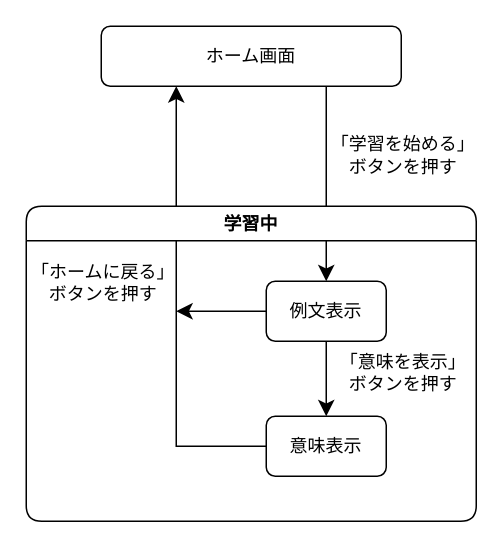
Above: state_machine_diagram.drawio in LiGreTregret/SentenseWordbook (draw.io), before the change. Source tidied: cells renumbered, new cells numbered last; positions are measured from the earlier drawing's top-left corner, leaving out a move shared by most shapes. Both pictures are drawn from the tidied source at 150%, with x=0, y=0 at pixel (26, 26).
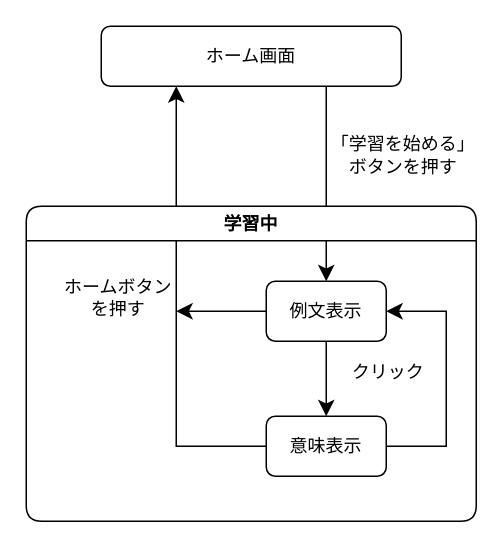
The same diagram, later.

Commit message:
状態遷移図を変更

The edit, as a diff of the source:
```diff
@@
 <mxGraphModel>
   <root>
     <mxCell id="0" />
     <mxCell id="1" parent="0" />
     <mxCell id="2" value="ホーム画面" style="rounded=1;whiteSpace=wrap;html=1;" parent="1" vertex="1">
       <mxGeometry x="50" width="200" height="40" as="geometry" />
     </mxCell>
     <mxCell id="3" style="endArrow=classic;html=1;rounded=0;fontSize=12;startSize=8;endSize=8;curved=1;entryX=0.5;entryY=0;entryDx=0;entryDy=0;exitX=0.75;exitY=1;exitDx=0;exitDy=0;" parent="1" edge="1" source="2" target="8">
       <mxGeometry relative="1" as="geometry" />
     </mxCell>
     <mxCell id="4" value="「学習を始める」&lt;div&gt;ボタンを押す&lt;/div&gt;" style="edgeLabel;html=1;align=center;verticalAlign=middle;fontSize=12;" parent="3" vertex="1">
       <mxGeometry x="-0.03" y="6" relative="1" as="geometry">
         <mxPoint x="44" y="-18" as="offset" />
       </mxGeometry>
     </mxCell>
     <mxCell id="5" style="endArrow=classic;html=1;rounded=0;fontSize=12;startSize=8;endSize=8;entryX=0.25;entryY=1;entryDx=0;entryDy=0;edgeStyle=orthogonalEdgeStyle;exitX=0;exitY=0.5;exitDx=0;exitDy=0;" parent="1" edge="1" source="9" target="2">
       <mxGeometry relative="1" as="geometry" />
     </mxCell>
     <mxCell id="6" value="学習中" style="swimlane;whiteSpace=wrap;html=1;rounded=1;" parent="1" vertex="1">
       <mxGeometry y="120" width="300" height="210" as="geometry" />
     </mxCell>
     <mxCell id="7" style="edgeStyle=none;curved=1;rounded=0;jettySize=auto;html=1;exitX=0;exitY=0.5;exitDx=0;exitDy=0;fontSize=12;startSize=8;endSize=8;" parent="6" edge="1" source="8">
       <mxGeometry relative="1" as="geometry">
         <mxPoint x="100" y="70" as="targetPoint" />
       </mxGeometry>
     </mxCell>
     <mxCell id="8" value="例文表示" style="rounded=1;whiteSpace=wrap;html=1;" parent="6" vertex="1">
       <mxGeometry x="160" y="50" width="80" height="40" as="geometry" />
     </mxCell>
     <mxCell id="9" value="意味表示" style="rounded=1;whiteSpace=wrap;html=1;" parent="6" vertex="1">
       <mxGeometry x="160" y="140" width="80" height="40" as="geometry" />
     </mxCell>
     <mxCell id="10" style="endArrow=classic;html=1;rounded=0;fontSize=12;startSize=8;endSize=8;curved=1;entryX=0.5;entryY=0;entryDx=0;entryDy=0;exitX=0.5;exitY=1;exitDx=0;exitDy=0;" parent="6" edge="1" source="8" target="9">
       <mxGeometry relative="1" as="geometry" />
     </mxCell>
-    <mxCell id="11" value="「ホームに戻る」&lt;div&gt;ボタンを押す&lt;/div&gt;" style="edgeLabel;html=1;align=center;verticalAlign=middle;fontSize=12;" parent="6" vertex="1">
-      <mxGeometry x="50" y="50" as="geometry" />
+    <mxCell id="11" value="ホーム&lt;span style=&quot;background-color: light-dark(#ffffff, var(--ge-dark-color, #121212)); color: light-dark(rgb(0, 0, 0), rgb(255, 255, 255));&quot;&gt;ボタン&lt;/span&gt;&lt;div&gt;&lt;span style=&quot;background-color: light-dark(#ffffff, var(--ge-dark-color, #121212)); color: light-dark(rgb(0, 0, 0), rgb(255, 255, 255));&quot;&gt;を押す&lt;/span&gt;&lt;/div&gt;" style="edgeLabel;html=1;align=center;verticalAlign=middle;fontSize=12;" parent="6" vertex="1">
+      <mxGeometry x="60" y="60" as="geometry" />
     </mxCell>
-    <mxCell id="12" value="「意味を表示」&lt;div&gt;ボタンを押す&lt;/div&gt;" style="edgeLabel;html=1;align=center;verticalAlign=middle;fontSize=12;" parent="6" vertex="1">
-      <mxGeometry x="250" y="110" as="geometry" />
+    <mxCell id="12" value="クリック" style="edgeLabel;html=1;align=center;verticalAlign=middle;fontSize=12;" parent="6" vertex="1">
+      <mxGeometry x="240" y="110" as="geometry" />
     </mxCell>
+    <mxCell id="13" style="endArrow=classic;html=1;rounded=0;fontSize=12;startSize=8;endSize=8;curved=0;exitX=1;exitY=0.5;exitDx=0;exitDy=0;entryX=1;entryY=0.5;entryDx=0;entryDy=0;" parent="6" edge="1" source="9" target="8">
+      <mxGeometry relative="1" as="geometry">
+        <Array as="points">
+          <mxPoint x="280" y="160" />
+          <mxPoint x="280" y="70" />
+        </Array>
+      </mxGeometry>
+    </mxCell>
   </root>
 </mxGraphModel>
```
